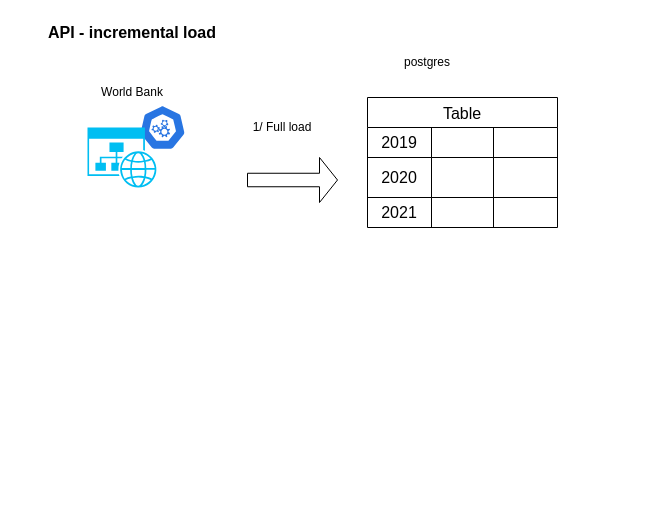
suphineneo/Global_Economic_Monitor keeps this draw.io diagram as images/increment_api_extract.drawio. Above is the earlier version. Source tidied: cells renumbered, new cells numbered last; positions are measured from the earlier drawing's top-left corner, leaving out a move shared by most shapes. Both pictures are drawn from the tidied source at 100%, with x=0, y=0 at pixel (17, 17).
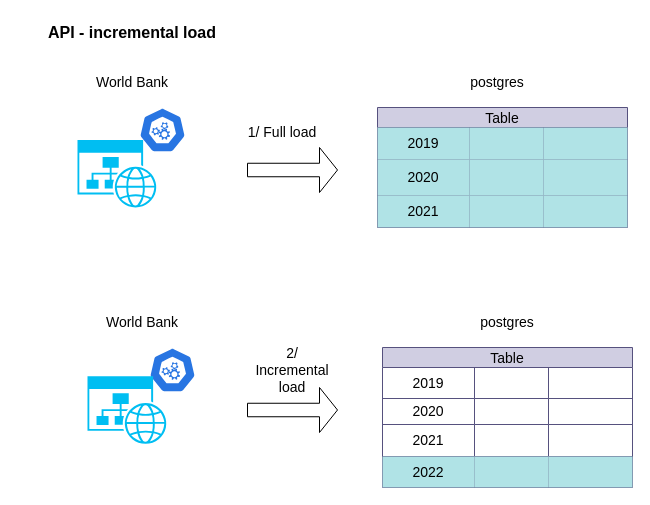
The same page after the edit.

Change to the diagram source:
```diff
@@
     <mxCell id="2" style="rounded=0;whiteSpace=wrap;html=1;sketch=0;dashed=0;whitespace=wrap;verticalLabelPosition=bottom;verticalAlign=top;fillColor=#2875E2;strokeColor=#ffffff;shape=mxgraph.kubernetes.icon2;prIcon=api;" parent="1" vertex="1">
-      <mxGeometry x="100" y="87.5" width="90" height="45" as="geometry" />
+      <mxGeometry x="100" y="90" width="90" height="45" as="geometry" />
     </mxCell>
@@
-    <mxCell id="4" value="World Bank" style="text;html=1;align=center;verticalAlign=middle;whiteSpace=wrap;rounded=0;" parent="1" vertex="1">
-      <mxGeometry x="75" y="60" width="80" height="30" as="geometry" />
+    <mxCell id="4" value="World Bank" style="text;html=1;align=center;verticalAlign=middle;whiteSpace=wrap;rounded=0;fontSize=14;" parent="1" vertex="1">
+      <mxGeometry x="75" y="50" width="80" height="30" as="geometry" />
     </mxCell>
-    <mxCell id="5" value="1/ Full load" style="text;html=1;align=center;verticalAlign=middle;whiteSpace=wrap;rounded=0;" parent="1" vertex="1">
-      <mxGeometry x="220" y="95" width="90" height="30" as="geometry" />
+    <mxCell id="5" value="2/ Incremental load" style="text;html=1;align=center;verticalAlign=middle;whiteSpace=wrap;rounded=0;fontSize=14;" parent="1" vertex="1">
+      <mxGeometry x="230" y="337.5" width="90" height="30" as="geometry" />
     </mxCell>
-    <mxCell id="6" value="postgres" style="text;html=1;align=center;verticalAlign=middle;whiteSpace=wrap;rounded=0;" parent="1" vertex="1">
-      <mxGeometry x="370" y="30" width="80" height="30" as="geometry" />
+    <mxCell id="6" value="postgres" style="text;html=1;align=center;verticalAlign=middle;whiteSpace=wrap;rounded=0;fontSize=14;" parent="1" vertex="1">
+      <mxGeometry x="440" y="50" width="80" height="30" as="geometry" />
     </mxCell>
     <mxCell id="7" style="verticalLabelPosition=bottom;html=1;verticalAlign=top;align=center;strokeColor=none;fillColor=#00BEF2;shape=mxgraph.azure.website_generic;" parent="1" vertex="1">
-      <mxGeometry x="70" y="110" width="70" height="60" as="geometry" />
+      <mxGeometry x="60" y="122.5" width="80" height="67.5" as="geometry" />
     </mxCell>
+    <mxCell id="21" style="shape=singleArrow;whiteSpace=wrap;html=1;" parent="1" vertex="1">
+      <mxGeometry x="230" y="370" width="90" height="45" as="geometry" />
+    </mxCell>
-    <mxCell id="8" value="Table" style="shape=table;startSize=30;childLayout=tableLayout;strokeColor=default;fontSize=16;" parent="1" vertex="1">
-      <mxGeometry x="350" y="80" width="190" height="130" as="geometry" />
+    <mxCell id="8" value="Table" style="shape=table;startSize=20;childLayout=tableLayout;strokeColor=#56517e;fontSize=14;fillColor=#d0cee2;" parent="1" vertex="1">
+      <mxGeometry x="365" y="330" width="250" height="140" as="geometry" />
     </mxCell>
-    <mxCell id="9" style="shape=tableRow;horizontal=0;startSize=0;swimlaneHead=0;swimlaneBody=0;strokeColor=inherit;top=0;left=0;bottom=0;right=0;fillColor=none;fontSize=16;" parent="8" vertex="1">
-      <mxGeometry y="30" width="190" height="30" as="geometry" />
+    <mxCell id="9" style="shape=tableRow;horizontal=0;startSize=0;swimlaneHead=0;swimlaneBody=0;strokeColor=inherit;top=0;left=0;bottom=0;right=0;fillColor=none;fontSize=14;" parent="8" vertex="1">
+      <mxGeometry y="20" width="250" height="31" as="geometry" />
     </mxCell>
-    <mxCell id="10" value="2019" style="shape=partialRectangle;html=1;whiteSpace=wrap;strokeColor=inherit;overflow=hidden;fillColor=none;top=0;left=0;bottom=0;right=0;fontSize=16;" parent="9" vertex="1">
-      <mxGeometry width="64" height="30" as="geometry" />
+    <mxCell id="10" value="2019" style="shape=partialRectangle;html=1;whiteSpace=wrap;strokeColor=inherit;overflow=hidden;fillColor=none;top=0;left=0;bottom=0;right=0;fontSize=14;" parent="9" vertex="1">
+      <mxGeometry width="92" height="31" as="geometry" />
     </mxCell>
-    <mxCell id="11" style="shape=partialRectangle;html=1;whiteSpace=wrap;strokeColor=inherit;overflow=hidden;fillColor=none;top=0;left=0;bottom=0;right=0;fontSize=16;" parent="9" vertex="1">
-      <mxGeometry x="64" width="62" height="30" as="geometry" />
+    <mxCell id="11" style="shape=partialRectangle;html=1;whiteSpace=wrap;strokeColor=inherit;overflow=hidden;fillColor=none;top=0;left=0;bottom=0;right=0;fontSize=14;" parent="9" vertex="1">
+      <mxGeometry x="92" width="74" height="31" as="geometry" />
     </mxCell>
-    <mxCell id="12" style="shape=partialRectangle;html=1;whiteSpace=wrap;strokeColor=inherit;overflow=hidden;fillColor=none;top=0;left=0;bottom=0;right=0;fontSize=16;" parent="9" vertex="1">
-      <mxGeometry x="126" width="64" height="30" as="geometry" />
+    <mxCell id="12" style="shape=partialRectangle;html=1;whiteSpace=wrap;strokeColor=inherit;overflow=hidden;fillColor=none;top=0;left=0;bottom=0;right=0;fontSize=14;" parent="9" vertex="1">
+      <mxGeometry x="166" width="84" height="31" as="geometry" />
     </mxCell>
-    <mxCell id="13" style="shape=tableRow;horizontal=0;startSize=0;swimlaneHead=0;swimlaneBody=0;strokeColor=inherit;top=0;left=0;bottom=0;right=0;fillColor=none;fontSize=16;" parent="8" vertex="1">
-      <mxGeometry y="60" width="190" height="40" as="geometry" />
+    <mxCell id="13" style="shape=tableRow;horizontal=0;startSize=0;swimlaneHead=0;swimlaneBody=0;strokeColor=inherit;top=0;left=0;bottom=0;right=0;fillColor=none;fontSize=14;" parent="8" vertex="1">
+      <mxGeometry y="51" width="250" height="26" as="geometry" />
     </mxCell>
-    <mxCell id="14" value="2020" style="shape=partialRectangle;html=1;whiteSpace=wrap;strokeColor=inherit;overflow=hidden;fillColor=none;top=0;left=0;bottom=0;right=0;fontSize=16;" parent="13" vertex="1">
-      <mxGeometry width="64" height="40" as="geometry" />
+    <mxCell id="14" value="2020" style="shape=partialRectangle;html=1;whiteSpace=wrap;strokeColor=inherit;overflow=hidden;fillColor=none;top=0;left=0;bottom=0;right=0;fontSize=14;" parent="13" vertex="1">
+      <mxGeometry width="92" height="26" as="geometry" />
     </mxCell>
-    <mxCell id="15" style="shape=partialRectangle;html=1;whiteSpace=wrap;strokeColor=inherit;overflow=hidden;fillColor=none;top=0;left=0;bottom=0;right=0;fontSize=16;" parent="13" vertex="1">
-      <mxGeometry x="64" width="62" height="40" as="geometry" />
+    <mxCell id="15" style="shape=partialRectangle;html=1;whiteSpace=wrap;strokeColor=inherit;overflow=hidden;fillColor=none;top=0;left=0;bottom=0;right=0;fontSize=14;" parent="13" vertex="1">
+      <mxGeometry x="92" width="74" height="26" as="geometry" />
     </mxCell>
-    <mxCell id="16" style="shape=partialRectangle;html=1;whiteSpace=wrap;strokeColor=inherit;overflow=hidden;fillColor=none;top=0;left=0;bottom=0;right=0;fontSize=16;" parent="13" vertex="1">
-      <mxGeometry x="126" width="64" height="40" as="geometry" />
+    <mxCell id="16" style="shape=partialRectangle;html=1;whiteSpace=wrap;strokeColor=inherit;overflow=hidden;fillColor=none;top=0;left=0;bottom=0;right=0;fontSize=14;" parent="13" vertex="1">
+      <mxGeometry x="166" width="84" height="26" as="geometry" />
     </mxCell>
-    <mxCell id="17" style="shape=tableRow;horizontal=0;startSize=0;swimlaneHead=0;swimlaneBody=0;strokeColor=inherit;top=0;left=0;bottom=0;right=0;fillColor=none;fontSize=16;" parent="8" vertex="1">
-      <mxGeometry y="100" width="190" height="30" as="geometry" />
+    <mxCell id="17" style="shape=tableRow;horizontal=0;startSize=0;swimlaneHead=0;swimlaneBody=0;strokeColor=inherit;top=0;left=0;bottom=0;right=0;fillColor=none;fontSize=14;" parent="8" vertex="1">
+      <mxGeometry y="77" width="250" height="32" as="geometry" />
     </mxCell>
-    <mxCell id="18" value="2021" style="shape=partialRectangle;html=1;whiteSpace=wrap;strokeColor=inherit;overflow=hidden;fillColor=none;top=0;left=0;bottom=0;right=0;fontSize=16;" parent="17" vertex="1">
-      <mxGeometry width="64" height="30" as="geometry" />
+    <mxCell id="18" value="2021" style="shape=partialRectangle;html=1;whiteSpace=wrap;strokeColor=inherit;overflow=hidden;fillColor=none;top=0;left=0;bottom=0;right=0;fontSize=14;" parent="17" vertex="1">
+      <mxGeometry width="92" height="32" as="geometry" />
     </mxCell>
-    <mxCell id="19" style="shape=partialRectangle;html=1;whiteSpace=wrap;strokeColor=inherit;overflow=hidden;fillColor=none;top=0;left=0;bottom=0;right=0;fontSize=16;" parent="17" vertex="1">
-      <mxGeometry x="64" width="62" height="30" as="geometry" />
+    <mxCell id="19" style="shape=partialRectangle;html=1;whiteSpace=wrap;strokeColor=inherit;overflow=hidden;fillColor=none;top=0;left=0;bottom=0;right=0;fontSize=14;" parent="17" vertex="1">
+      <mxGeometry x="92" width="74" height="32" as="geometry" />
     </mxCell>
-    <mxCell id="20" style="shape=partialRectangle;html=1;whiteSpace=wrap;strokeColor=inherit;overflow=hidden;fillColor=none;top=0;left=0;bottom=0;right=0;fontSize=16;" parent="17" vertex="1">
-      <mxGeometry x="126" width="64" height="30" as="geometry" />
+    <mxCell id="20" style="shape=partialRectangle;html=1;whiteSpace=wrap;strokeColor=inherit;overflow=hidden;fillColor=none;top=0;left=0;bottom=0;right=0;fontSize=14;" parent="17" vertex="1">
+      <mxGeometry x="166" width="84" height="32" as="geometry" />
     </mxCell>
-    <mxCell id="21" style="shape=singleArrow;whiteSpace=wrap;html=1;" parent="1" vertex="1">
-      <mxGeometry x="230" y="140" width="90" height="45" as="geometry" />
-    </mxCell>
+    <mxCell id="22" style="shape=tableRow;horizontal=0;startSize=0;swimlaneHead=0;swimlaneBody=0;strokeColor=inherit;top=0;left=0;bottom=0;right=0;fillColor=none;fontSize=14;" parent="8" vertex="1">
+      <mxGeometry y="109" width="250" height="31" as="geometry" />
+    </mxCell>
+    <mxCell id="23" value="2022" style="shape=partialRectangle;html=1;whiteSpace=wrap;strokeColor=#0e8088;overflow=hidden;fillColor=#b0e3e6;top=0;left=0;bottom=0;right=0;fontSize=14;" parent="22" vertex="1">
+      <mxGeometry width="92" height="31" as="geometry" />
+    </mxCell>
+    <mxCell id="24" style="shape=partialRectangle;html=1;whiteSpace=wrap;strokeColor=#0e8088;overflow=hidden;fillColor=#b0e3e6;top=0;left=0;bottom=0;right=0;fontSize=14;" parent="22" vertex="1">
+      <mxGeometry x="92" width="74" height="31" as="geometry" />
+    </mxCell>
+    <mxCell id="25" style="shape=partialRectangle;html=1;whiteSpace=wrap;strokeColor=#0e8088;overflow=hidden;fillColor=#b0e3e6;top=0;left=0;bottom=0;right=0;fontSize=14;" parent="22" vertex="1">
+      <mxGeometry x="166" width="84" height="31" as="geometry" />
+    </mxCell>
+    <mxCell id="26" style="rounded=0;whiteSpace=wrap;html=1;sketch=0;dashed=0;whitespace=wrap;verticalLabelPosition=bottom;verticalAlign=top;fillColor=#2875E2;strokeColor=#ffffff;shape=mxgraph.kubernetes.icon2;prIcon=api;" parent="1" vertex="1">
+      <mxGeometry x="110" y="330" width="90" height="45" as="geometry" />
+    </mxCell>
+    <mxCell id="27" value="World Bank" style="text;html=1;align=center;verticalAlign=middle;whiteSpace=wrap;rounded=0;fontSize=14;" parent="1" vertex="1">
+      <mxGeometry x="85" y="290" width="80" height="30" as="geometry" />
+    </mxCell>
+    <mxCell id="28" value="1/ Full load" style="text;html=1;align=center;verticalAlign=middle;whiteSpace=wrap;rounded=0;fontSize=14;" parent="1" vertex="1">
+      <mxGeometry x="220" y="100" width="90" height="30" as="geometry" />
+    </mxCell>
+    <mxCell id="29" value="postgres" style="text;html=1;align=center;verticalAlign=middle;whiteSpace=wrap;rounded=0;fontSize=14;" parent="1" vertex="1">
+      <mxGeometry x="450" y="290" width="80" height="30" as="geometry" />
+    </mxCell>
+    <mxCell id="30" style="verticalLabelPosition=bottom;html=1;verticalAlign=top;align=center;strokeColor=none;fillColor=#00BEF2;shape=mxgraph.azure.website_generic;" parent="1" vertex="1">
+      <mxGeometry x="70" y="358.8" width="80" height="67.5" as="geometry" />
+    </mxCell>
+    <mxCell id="31" value="Table" style="shape=table;startSize=20;childLayout=tableLayout;strokeColor=#56517e;fontSize=14;fillColor=#d0cee2;" parent="1" vertex="1">
+      <mxGeometry x="360" y="90" width="250" height="120" as="geometry" />
+    </mxCell>
+    <mxCell id="32" style="shape=tableRow;horizontal=0;startSize=0;swimlaneHead=0;swimlaneBody=0;strokeColor=inherit;top=0;left=0;bottom=0;right=0;fillColor=none;fontSize=14;" parent="31" vertex="1">
+      <mxGeometry y="20" width="250" height="32" as="geometry" />
+    </mxCell>
+    <mxCell id="33" value="2019" style="shape=partialRectangle;html=1;whiteSpace=wrap;strokeColor=#0e8088;overflow=hidden;fillColor=#b0e3e6;top=0;left=0;bottom=0;right=0;fontSize=14;" parent="32" vertex="1">
+      <mxGeometry width="92" height="32" as="geometry" />
+    </mxCell>
+    <mxCell id="34" style="shape=partialRectangle;html=1;whiteSpace=wrap;strokeColor=#0e8088;overflow=hidden;fillColor=#b0e3e6;top=0;left=0;bottom=0;right=0;fontSize=14;" parent="32" vertex="1">
+      <mxGeometry x="92" width="74" height="32" as="geometry" />
+    </mxCell>
+    <mxCell id="35" style="shape=partialRectangle;html=1;whiteSpace=wrap;strokeColor=#0e8088;overflow=hidden;fillColor=#b0e3e6;top=0;left=0;bottom=0;right=0;fontSize=14;" parent="32" vertex="1">
+      <mxGeometry x="166" width="84" height="32" as="geometry" />
+    </mxCell>
+    <mxCell id="36" style="shape=tableRow;horizontal=0;startSize=0;swimlaneHead=0;swimlaneBody=0;strokeColor=inherit;top=0;left=0;bottom=0;right=0;fillColor=none;fontSize=14;" parent="31" vertex="1">
+      <mxGeometry y="52" width="250" height="36" as="geometry" />
+    </mxCell>
+    <mxCell id="37" value="2020" style="shape=partialRectangle;html=1;whiteSpace=wrap;strokeColor=#0e8088;overflow=hidden;fillColor=#b0e3e6;top=0;left=0;bottom=0;right=0;fontSize=14;" parent="36" vertex="1">
+      <mxGeometry width="92" height="36" as="geometry" />
+    </mxCell>
+    <mxCell id="38" style="shape=partialRectangle;html=1;whiteSpace=wrap;strokeColor=#0e8088;overflow=hidden;fillColor=#b0e3e6;top=0;left=0;bottom=0;right=0;fontSize=14;" parent="36" vertex="1">
+      <mxGeometry x="92" width="74" height="36" as="geometry" />
+    </mxCell>
+    <mxCell id="39" style="shape=partialRectangle;html=1;whiteSpace=wrap;strokeColor=#0e8088;overflow=hidden;fillColor=#b0e3e6;top=0;left=0;bottom=0;right=0;fontSize=14;" parent="36" vertex="1">
+      <mxGeometry x="166" width="84" height="36" as="geometry" />
+    </mxCell>
+    <mxCell id="40" style="shape=tableRow;horizontal=0;startSize=0;swimlaneHead=0;swimlaneBody=0;strokeColor=inherit;top=0;left=0;bottom=0;right=0;fillColor=none;fontSize=14;" parent="31" vertex="1">
+      <mxGeometry y="88" width="250" height="32" as="geometry" />
+    </mxCell>
+    <mxCell id="41" value="2021" style="shape=partialRectangle;html=1;whiteSpace=wrap;strokeColor=#0e8088;overflow=hidden;fillColor=#b0e3e6;top=0;left=0;bottom=0;right=0;fontSize=14;" parent="40" vertex="1">
+      <mxGeometry width="92" height="32" as="geometry" />
+    </mxCell>
+    <mxCell id="42" style="shape=partialRectangle;html=1;whiteSpace=wrap;strokeColor=#0e8088;overflow=hidden;fillColor=#b0e3e6;top=0;left=0;bottom=0;right=0;fontSize=14;" parent="40" vertex="1">
+      <mxGeometry x="92" width="74" height="32" as="geometry" />
+    </mxCell>
+    <mxCell id="43" style="shape=partialRectangle;html=1;whiteSpace=wrap;strokeColor=#0e8088;overflow=hidden;fillColor=#b0e3e6;top=0;left=0;bottom=0;right=0;fontSize=14;" parent="40" vertex="1">
+      <mxGeometry x="166" width="84" height="32" as="geometry" />
+    </mxCell>
+    <mxCell id="44" style="shape=singleArrow;whiteSpace=wrap;html=1;" parent="1" vertex="1">
+      <mxGeometry x="230" y="130" width="90" height="45" as="geometry" />
+    </mxCell>
```
